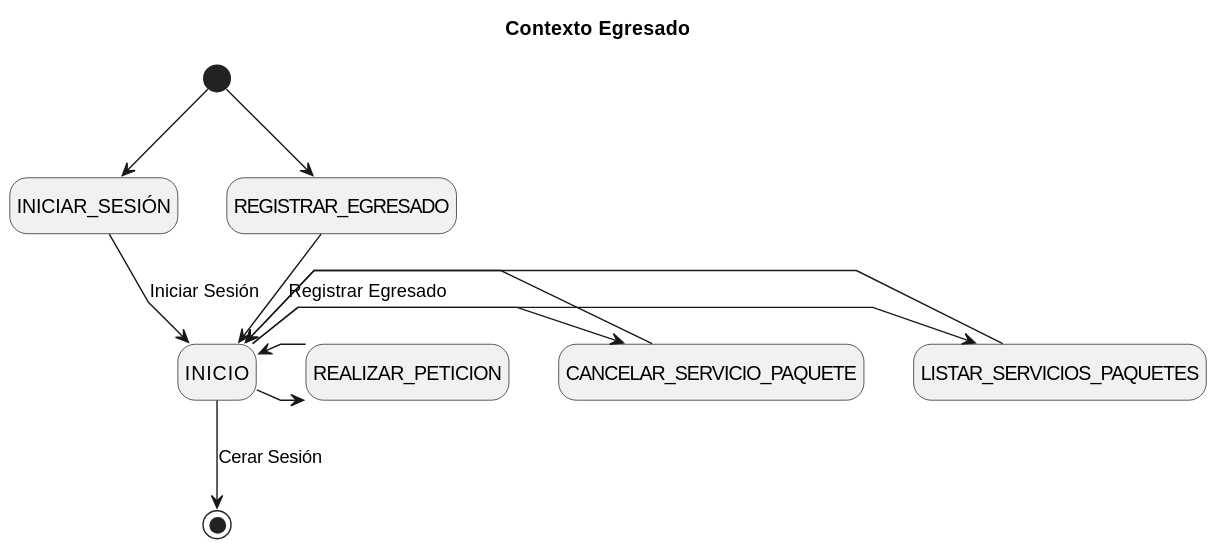
mmasias/23-24-IdSw1-SDR keeps this PlantUML diagram as Caso_de_Uso/Contexto/Egresado/Inicio/Contexto.svg. Above is the earlier version.
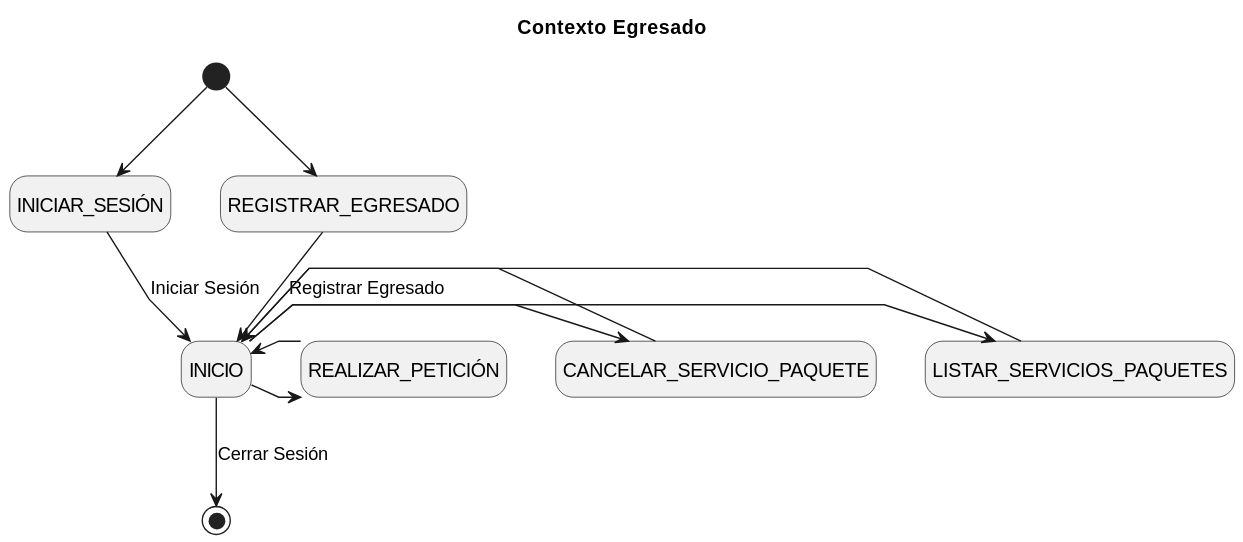
After the change.

Diff of the diagram source:
```diff
@@ -18,9 +18,9 @@
 INICIO <- LISTAR_SERVICIOS_PAQUETES
 INICIO -> CANCELAR_SERVICIO_PAQUETE
 INICIO <- CANCELAR_SERVICIO_PAQUETE
-INICIO -> REALIZAR_PETICION
-INICIO <- REALIZAR_PETICION
+INICIO -> REALIZAR_PETICIÓN
+INICIO <- REALIZAR_PETICIÓN
 
-INICIO --> [*] : Cerar Sesión
+INICIO --> [*] : Cerrar Sesión
 
 @enduml
```
